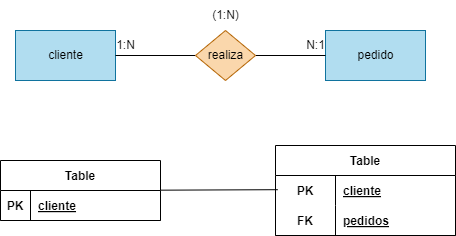
This is BAE/Tareas/Unidad2/Images/Ejercicio5.drawio.png from ResetMeNow/DAW, a draw.io export, as it was before one commit. Source tidied: cells renumbered, new cells last; positions are measured from the earlier drawing's top-left corner, leaving out a move shared by most shapes.
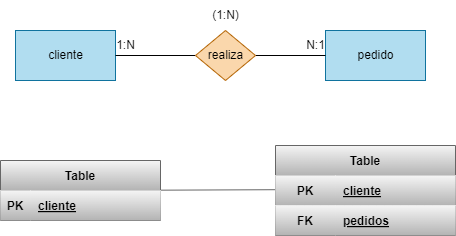
The same diagram one commit later.

Diff of the diagram source:
```diff
@@ -26,42 +26,42 @@
     <mxCell id="9" value="N:1" style="text;html=1;align=center;verticalAlign=middle;strokeColor=none;fillColor=none;" parent="1" vertex="1">
       <mxGeometry x="295" y="30" width="40" height="30" as="geometry" />
     </mxCell>
-    <mxCell id="10" style="edgeStyle=none;html=1;entryX=0.04;entryY=-0.027;entryDx=0;entryDy=0;entryPerimeter=0;endArrow=none;endFill=0;" parent="1" edge="1" source="11">
+    <mxCell id="10" style="edgeStyle=none;html=1;entryX=0.04;entryY=-0.027;entryDx=0;entryDy=0;entryPerimeter=0;endArrow=none;endFill=0;fillColor=#f5f5f5;gradientColor=#b3b3b3;strokeColor=#666666;" parent="1" edge="1" source="11">
       <mxGeometry relative="1" as="geometry">
         <mxPoint x="277.2" y="189.2" as="targetPoint" />
       </mxGeometry>
     </mxCell>
-    <mxCell id="11" value="Table" style="shape=table;startSize=30;rowLines=0;fontStyle=1;align=center;" parent="1" vertex="1">
+    <mxCell id="11" value="Table" style="shape=table;startSize=30;rowLines=0;fontStyle=1;align=center;fillColor=#f5f5f5;gradientColor=#b3b3b3;strokeColor=#666666;" parent="1" vertex="1">
       <mxGeometry y="160" width="160" height="60" as="geometry" />
     </mxCell>
-    <mxCell id="12" style="shape=tableRow;horizontal=0;startSize=0;swimlaneHead=0;swimlaneBody=0;fillColor=none;top=0;left=0;right=0;bottom=1;" parent="11" vertex="1">
+    <mxCell id="12" style="shape=tableRow;horizontal=0;startSize=0;swimlaneHead=0;swimlaneBody=0;fillColor=#f5f5f5;top=0;left=0;right=0;bottom=1;gradientColor=#b3b3b3;strokeColor=#666666;" parent="11" vertex="1">
       <mxGeometry y="30" width="160" height="30" as="geometry" />
     </mxCell>
-    <mxCell id="13" value="PK" style="shape=partialRectangle;fillColor=none;top=0;left=0;bottom=0;right=0;fontStyle=1;overflow=hidden;" parent="12" vertex="1">
+    <mxCell id="13" value="PK" style="shape=partialRectangle;fillColor=#f5f5f5;top=0;left=0;bottom=0;right=0;fontStyle=1;overflow=hidden;gradientColor=#b3b3b3;strokeColor=#666666;" parent="12" vertex="1">
       <mxGeometry width="30" height="30" as="geometry" />
     </mxCell>
-    <mxCell id="14" value="cliente" style="shape=partialRectangle;fillColor=none;top=0;left=0;bottom=0;right=0;align=left;spacingLeft=6;fontStyle=5;overflow=hidden;" parent="12" vertex="1">
+    <mxCell id="14" value="cliente" style="shape=partialRectangle;fillColor=#f5f5f5;top=0;left=0;bottom=0;right=0;align=left;spacingLeft=6;fontStyle=5;overflow=hidden;gradientColor=#b3b3b3;strokeColor=#666666;" parent="12" vertex="1">
       <mxGeometry x="30" width="130" height="30" as="geometry" />
     </mxCell>
-    <mxCell id="15" value="Table" style="shape=table;startSize=30;rowLines=0;fontStyle=1;align=center;" parent="1" vertex="1">
+    <mxCell id="15" value="Table" style="shape=table;startSize=30;rowLines=0;fontStyle=1;align=center;fillColor=#f5f5f5;gradientColor=#b3b3b3;strokeColor=#666666;" parent="1" vertex="1">
       <mxGeometry x="275" y="145" width="180" height="90" as="geometry" />
     </mxCell>
-    <mxCell id="16" style="shape=tableRow;horizontal=0;startSize=0;swimlaneHead=0;swimlaneBody=0;fillColor=none;top=0;left=0;right=0;bottom=0;" parent="15" vertex="1">
+    <mxCell id="16" style="shape=tableRow;horizontal=0;startSize=0;swimlaneHead=0;swimlaneBody=0;fillColor=#f5f5f5;top=0;left=0;right=0;bottom=0;gradientColor=#b3b3b3;strokeColor=#666666;" parent="15" vertex="1">
       <mxGeometry y="30" width="180" height="30" as="geometry" />
     </mxCell>
-    <mxCell id="17" value="PK" style="shape=partialRectangle;fillColor=none;top=0;left=0;bottom=0;right=0;fontStyle=1;overflow=hidden;" parent="16" vertex="1">
+    <mxCell id="17" value="PK" style="shape=partialRectangle;fillColor=#f5f5f5;top=0;left=0;bottom=0;right=0;fontStyle=1;overflow=hidden;gradientColor=#b3b3b3;strokeColor=#666666;" parent="16" vertex="1">
       <mxGeometry width="60" height="30" as="geometry" />
     </mxCell>
-    <mxCell id="18" value="cliente" style="shape=partialRectangle;fillColor=none;top=0;left=0;bottom=0;right=0;align=left;spacingLeft=6;fontStyle=5;overflow=hidden;" parent="16" vertex="1">
+    <mxCell id="18" value="cliente" style="shape=partialRectangle;fillColor=#f5f5f5;top=0;left=0;bottom=0;right=0;align=left;spacingLeft=6;fontStyle=5;overflow=hidden;gradientColor=#b3b3b3;strokeColor=#666666;" parent="16" vertex="1">
       <mxGeometry x="60" width="120" height="30" as="geometry" />
     </mxCell>
-    <mxCell id="19" style="shape=tableRow;horizontal=0;startSize=0;swimlaneHead=0;swimlaneBody=0;fillColor=none;top=0;left=0;right=0;bottom=1;" parent="15" vertex="1">
+    <mxCell id="19" style="shape=tableRow;horizontal=0;startSize=0;swimlaneHead=0;swimlaneBody=0;fillColor=#f5f5f5;top=0;left=0;right=0;bottom=1;gradientColor=#b3b3b3;strokeColor=#666666;" parent="15" vertex="1">
       <mxGeometry y="60" width="180" height="30" as="geometry" />
     </mxCell>
-    <mxCell id="20" value="FK" style="shape=partialRectangle;fillColor=none;top=0;left=0;bottom=0;right=0;fontStyle=1;overflow=hidden;" parent="19" vertex="1">
+    <mxCell id="20" value="FK" style="shape=partialRectangle;fillColor=#f5f5f5;top=0;left=0;bottom=0;right=0;fontStyle=1;overflow=hidden;gradientColor=#b3b3b3;strokeColor=#666666;" parent="19" vertex="1">
       <mxGeometry width="60" height="30" as="geometry" />
     </mxCell>
-    <mxCell id="21" value="pedidos" style="shape=partialRectangle;fillColor=none;top=0;left=0;bottom=0;right=0;align=left;spacingLeft=6;fontStyle=5;overflow=hidden;" parent="19" vertex="1">
+    <mxCell id="21" value="pedidos" style="shape=partialRectangle;fillColor=#f5f5f5;top=0;left=0;bottom=0;right=0;align=left;spacingLeft=6;fontStyle=5;overflow=hidden;gradientColor=#b3b3b3;strokeColor=#666666;" parent="19" vertex="1">
       <mxGeometry x="60" width="120" height="30" as="geometry" />
     </mxCell>
   </root>
```
